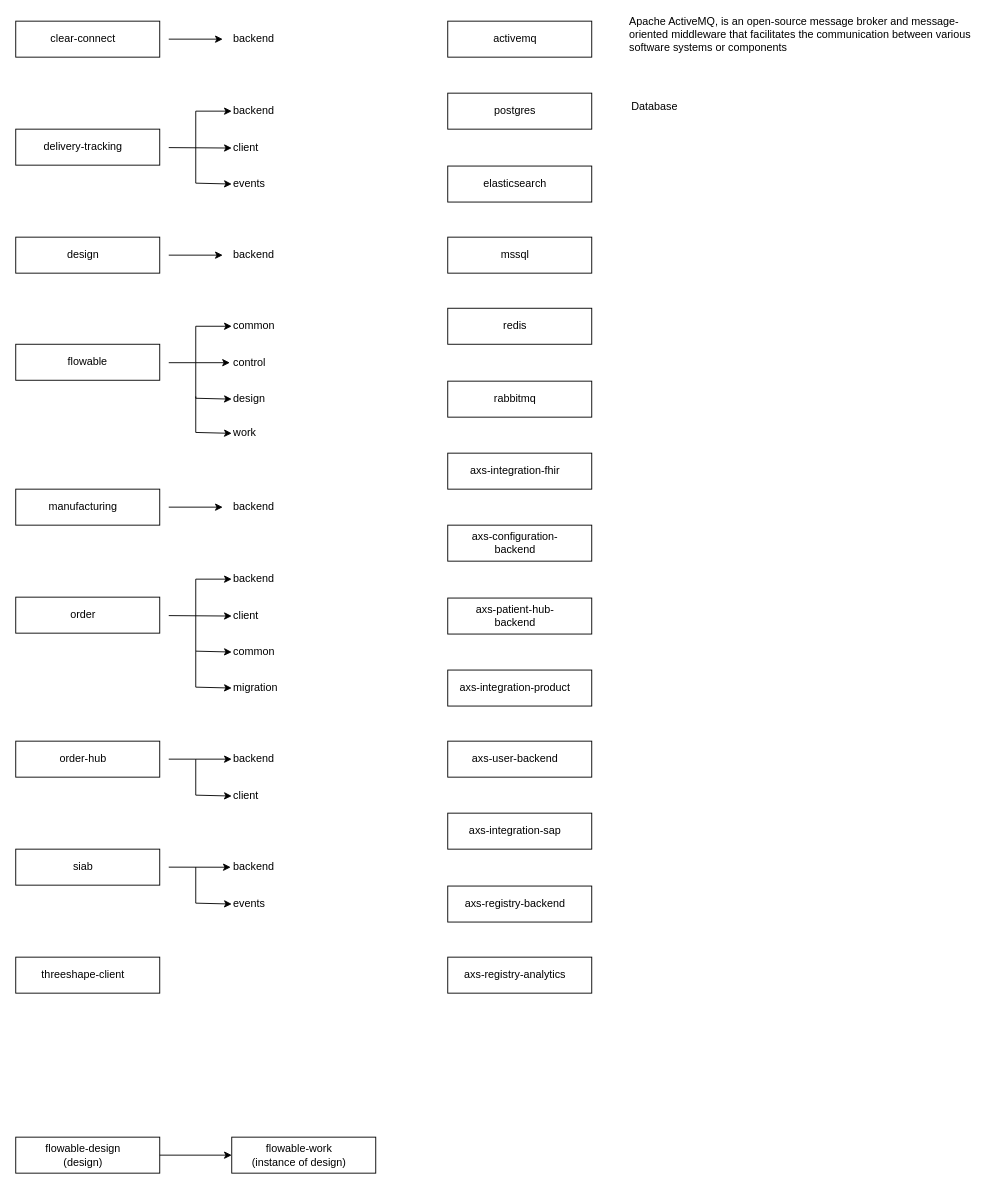
Above: axs-order.drawio in ankitverma5859/drawio (draw.io), before the change. Source tidied: cells renumbered, new cells numbered last; positions are measured from the earlier drawing's top-left corner, leaving out a move shared by most shapes. Both pictures are drawn from the tidied source at 90%, with x=0, y=0 at pixel (15, 21).
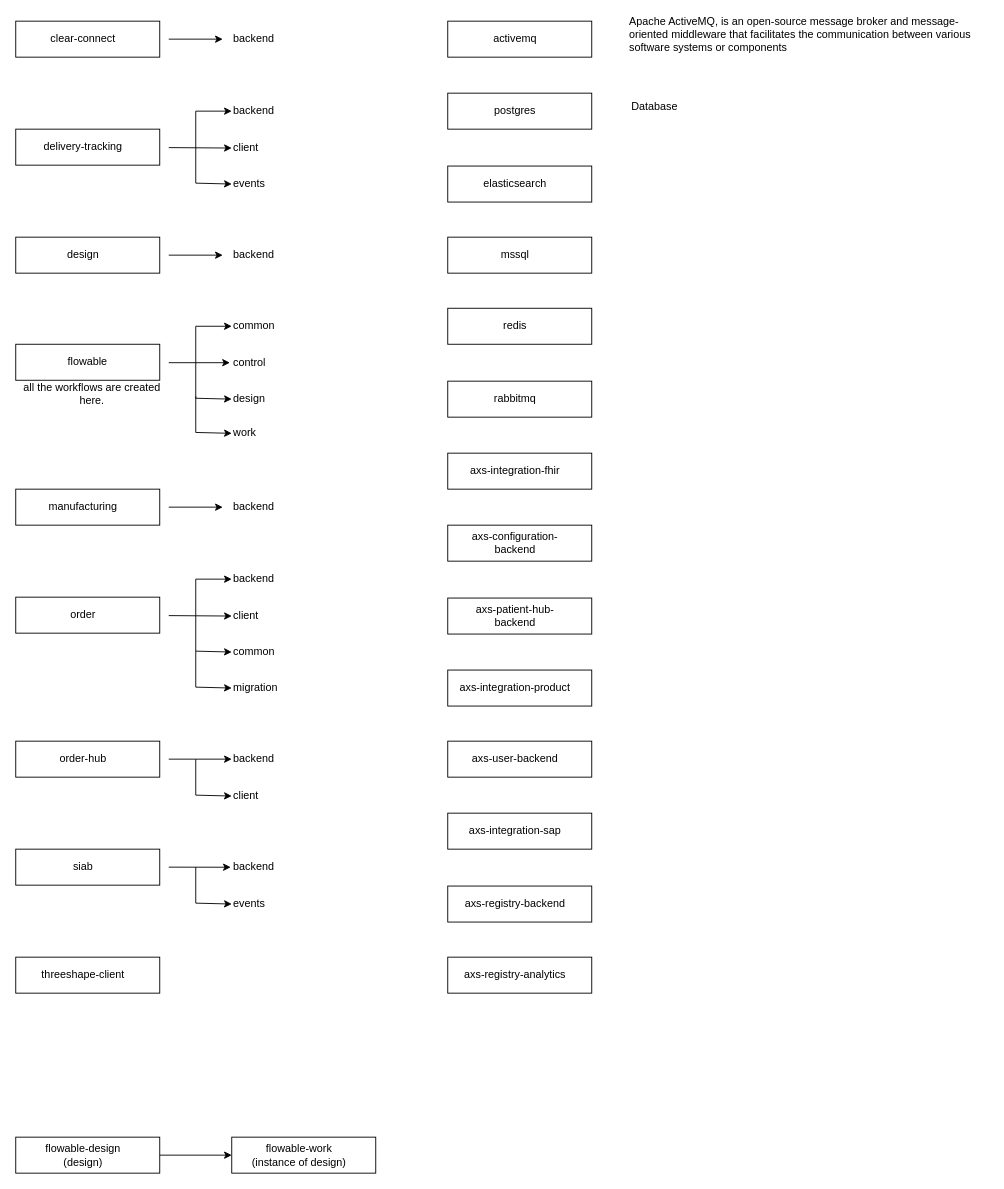
After the change.

Diff of the diagram source:
```diff
@@
+    <mxCell id="90" value="all the workflows are created here." style="text;html=1;strokeColor=none;fillColor=none;align=center;verticalAlign=middle;whiteSpace=wrap;rounded=0;" parent="1" vertex="1">
+      <mxGeometry y="399" width="170" height="30" as="geometry" />
+    </mxCell>
```
